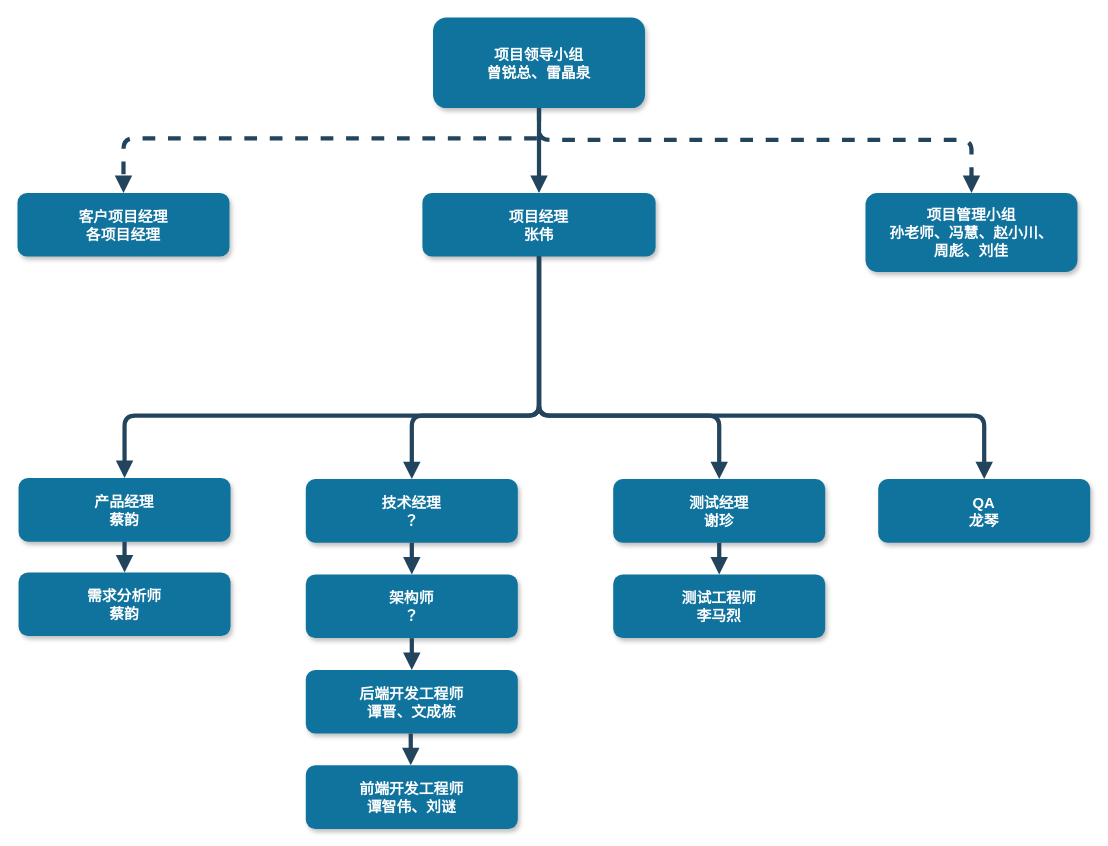
The draw.io diagram page "项目组成员" (2 of 2) of 流程管理项目组织架构.drawio in warmsheep/my-example, before the edit. Source tidied: cells renumbered, new cells numbered last; positions are measured from the earlier drawing's top-left corner, leaving out a move shared by most shapes. Both pictures are drawn from the tidied source at 106%, with x=0, y=0 at pixel (17, 17).
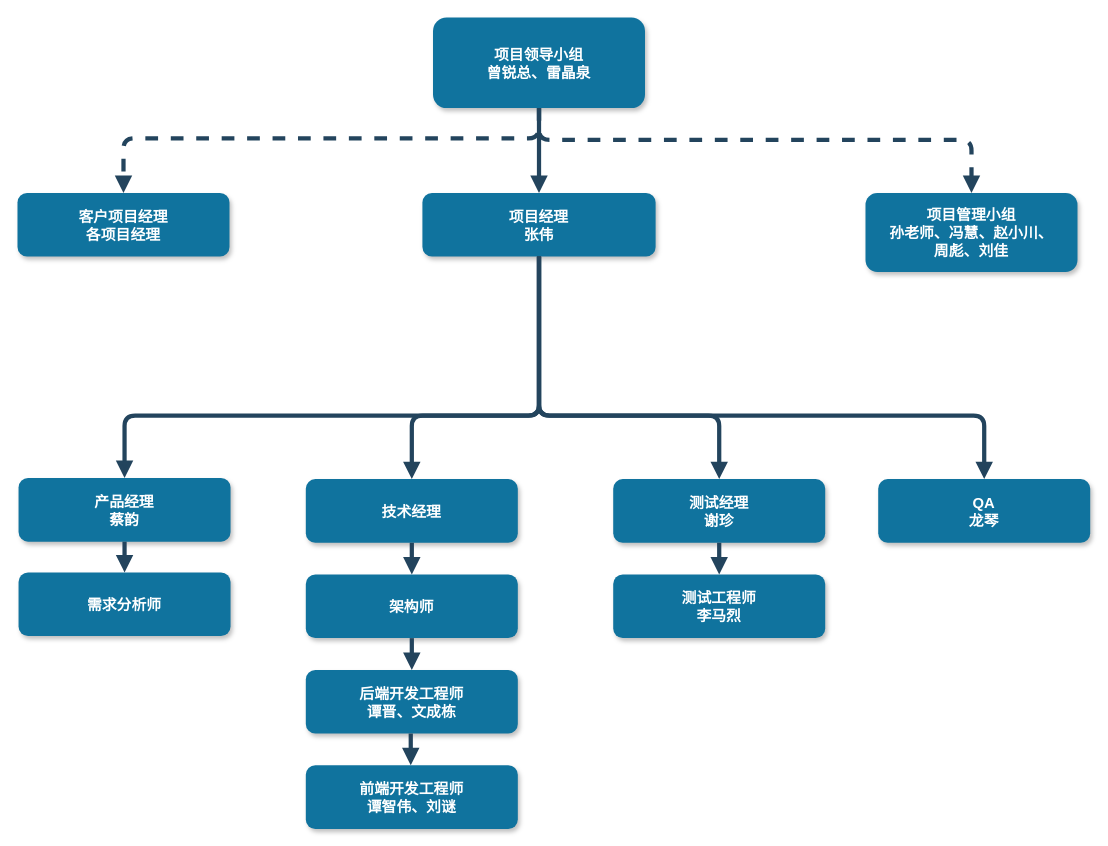
Above is the later version.

The change refers to these unchanged cells:
```xml
<mxCell id="2" value="项目领导小组&#10;曾锐总、雷晶泉" style="rounded=1;fillColor=#10739E;strokeColor=none;shadow=1;gradientColor=none;fontStyle=1;fontColor=#FFFFFF;fontSize=14;" parent="1" vertex="1">
  <mxGeometry x="392" width="200" height="85.5" as="geometry" />
</mxCell>
<mxCell id="26" value="客户项目经理&#10;各项目经理" style="rounded=1;fillColor=#10739E;strokeColor=none;shadow=1;gradientColor=none;fontStyle=1;fontColor=#FFFFFF;fontSize=14;" parent="1" vertex="1">
  <mxGeometry y="165.5" width="200" height="60" as="geometry" />
</mxCell>
```

Change to the diagram source:
```diff
@@
-    <mxCell id="6" value="需求分析师&#10;蔡韵" style="rounded=1;fillColor=#10739E;strokeColor=none;shadow=1;gradientColor=none;fontStyle=1;fontColor=#FFFFFF;fontSize=14;" parent="1" vertex="1">
+    <mxCell id="6" value="需求分析师" style="rounded=1;fillColor=#10739E;strokeColor=none;shadow=1;gradientColor=none;fontStyle=1;fontColor=#FFFFFF;fontSize=14;" parent="1" vertex="1">
       <mxGeometry x="1" y="523.5" width="200" height="60" as="geometry" />
     </mxCell>
-    <mxCell id="7" value="技术经理&#10;？" style="rounded=1;fillColor=#10739E;strokeColor=none;shadow=1;gradientColor=none;fontStyle=1;fontColor=#FFFFFF;fontSize=14;" parent="1" vertex="1">
+    <mxCell id="7" value="技术经理" style="rounded=1;fillColor=#10739E;strokeColor=none;shadow=1;gradientColor=none;fontStyle=1;fontColor=#FFFFFF;fontSize=14;" parent="1" vertex="1">
       <mxGeometry x="272" y="435.5" width="200" height="60" as="geometry" />
     </mxCell>
-    <mxCell id="8" value="架构师&#10;？" style="rounded=1;fillColor=#10739E;strokeColor=none;shadow=1;gradientColor=none;fontStyle=1;fontColor=#FFFFFF;fontSize=14;" parent="1" vertex="1">
+    <mxCell id="8" value="架构师" style="rounded=1;fillColor=#10739E;strokeColor=none;shadow=1;gradientColor=none;fontStyle=1;fontColor=#FFFFFF;fontSize=14;" parent="1" vertex="1">
       <mxGeometry x="272" y="525.5" width="200" height="60" as="geometry" />
     </mxCell>
@@
-    <mxCell id="25" style="edgeStyle=elbowEdgeStyle;elbow=vertical;strokeWidth=4;endArrow=block;endFill=1;fontStyle=1;dashed=1;strokeColor=#23445D;entryX=0.5;entryY=0;entryDx=0;entryDy=0;" parent="1" edge="1" target="26">
+    <mxCell id="25" style="edgeStyle=elbowEdgeStyle;elbow=vertical;strokeWidth=4;endArrow=block;endFill=1;fontStyle=1;dashed=1;strokeColor=#23445D;entryX=0.5;entryY=0;entryDx=0;entryDy=0;exitX=0.5;exitY=1;exitDx=0;exitDy=0;" parent="1" edge="1" source="2" target="26">
       <mxGeometry x="-450" y="204" as="geometry">
-        <mxPoint x="490" y="114" as="sourcePoint" />
         <Array as="points">
           <mxPoint x="250" y="114" />
         </Array>
       </mxGeometry>
     </mxCell>
```
